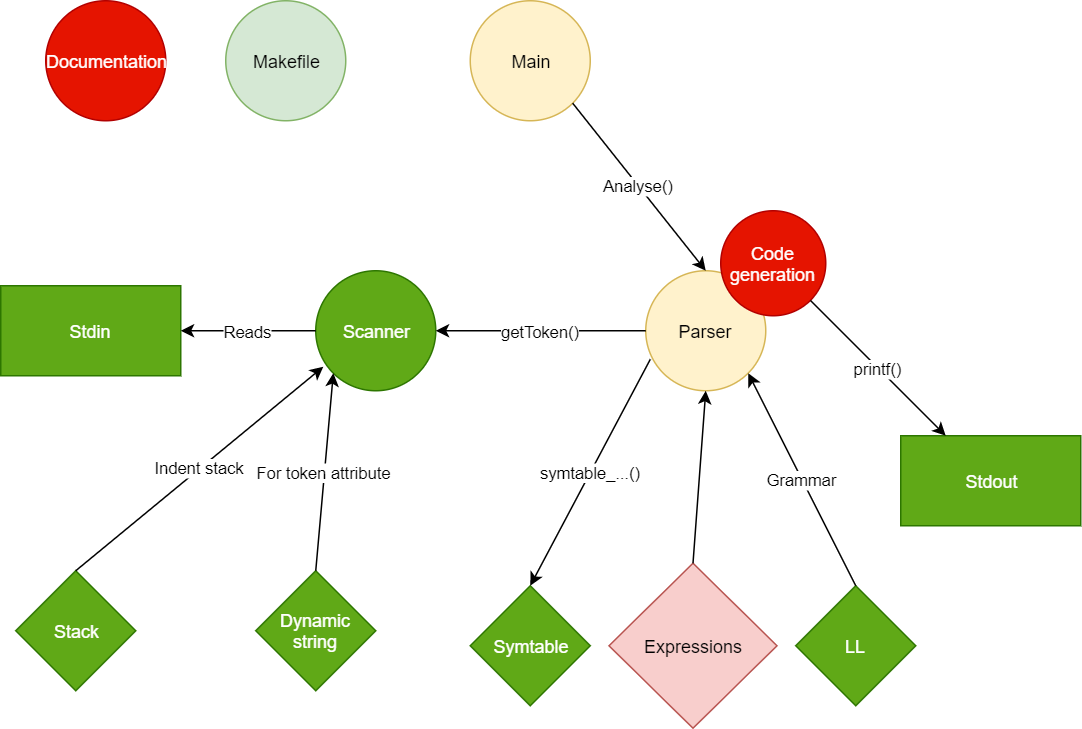
The draw.io diagram Map.PNG in Jetlebovec/IFJ_2019_JJJJ, before a commit. Source tidied: cells renumbered, new cells last; positions are measured from the earlier drawing's top-left corner, leaving out a move shared by most shapes.
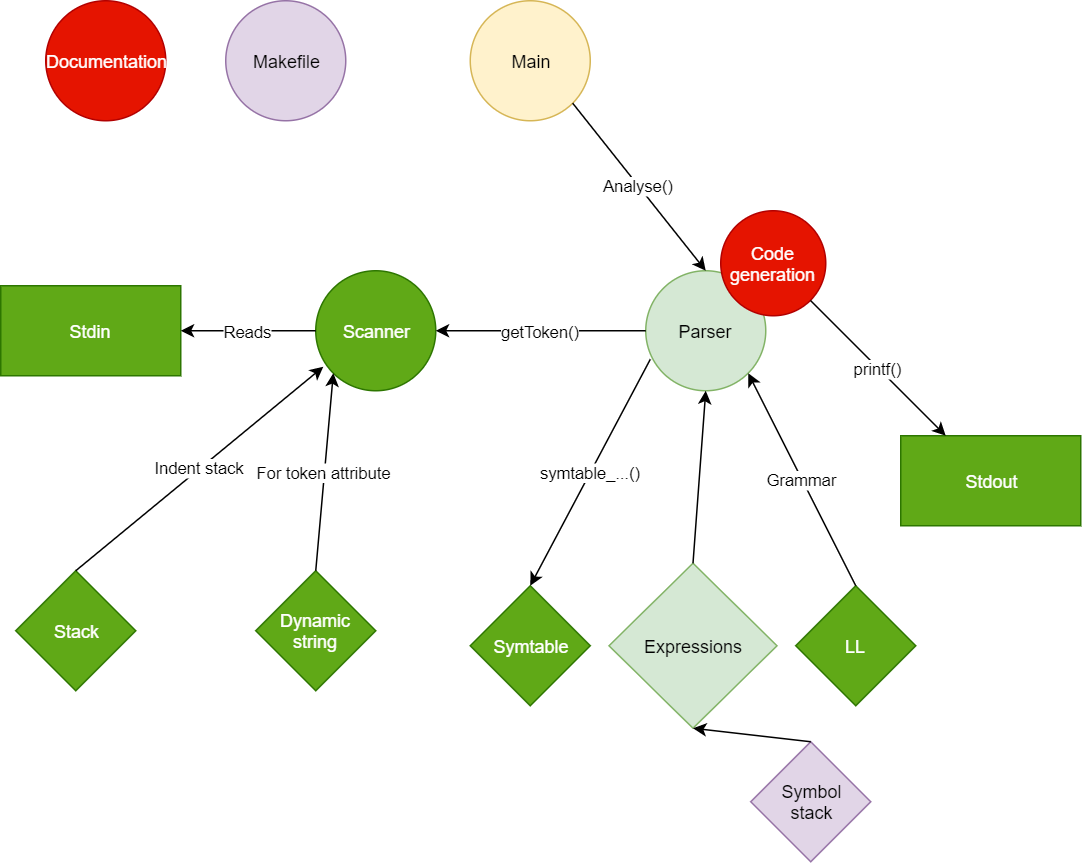
The same diagram one commit later.

What changed in the source:
```diff
@@ -8,7 +8,7 @@
     <mxCell id="3" value="Scanner" style="ellipse;whiteSpace=wrap;html=1;fillColor=#60a917;strokeColor=#2D7600;fontColor=#ffffff;" parent="1" vertex="1">
       <mxGeometry x="210" y="180" width="80" height="80" as="geometry" />
     </mxCell>
-    <mxCell id="4" value="Parser" style="ellipse;whiteSpace=wrap;html=1;fillColor=#fff2cc;strokeColor=#d6b656;" parent="1" vertex="1">
+    <mxCell id="4" value="Parser" style="ellipse;whiteSpace=wrap;html=1;fillColor=#d5e8d4;strokeColor=#82b366;" parent="1" vertex="1">
       <mxGeometry x="430" y="180" width="80" height="80" as="geometry" />
     </mxCell>
     <mxCell id="5" value="Stdin" style="rounded=0;whiteSpace=wrap;html=1;fillColor=#60a917;strokeColor=#2D7600;fontColor=#ffffff;" parent="1" vertex="1">
@@ -38,10 +38,10 @@
     <mxCell id="13" value="Indent stack&lt;br&gt;" style="endArrow=classic;html=1;entryX=0.063;entryY=0.8;entryDx=0;entryDy=0;entryPerimeter=0;exitX=0.5;exitY=0;exitDx=0;exitDy=0;" parent="1" edge="1" source="12" target="3">
       <mxGeometry relative="1" as="geometry" />
     </mxCell>
-    <mxCell id="14" value="Makefile" style="ellipse;whiteSpace=wrap;html=1;fillColor=#d5e8d4;strokeColor=#82b366;" parent="1" vertex="1">
+    <mxCell id="14" value="Makefile" style="ellipse;whiteSpace=wrap;html=1;fillColor=#e1d5e7;strokeColor=#9673a6;" parent="1" vertex="1">
       <mxGeometry x="150" width="80" height="80" as="geometry" />
     </mxCell>
-    <mxCell id="15" value="Expressions" style="rhombus;whiteSpace=wrap;html=1;fillColor=#f8cecc;strokeColor=#b85450;" parent="1" vertex="1">
+    <mxCell id="15" value="Expressions" style="rhombus;whiteSpace=wrap;html=1;fillColor=#d5e8d4;strokeColor=#82b366;" parent="1" vertex="1">
       <mxGeometry x="405.5" y="375" width="112" height="110" as="geometry" />
     </mxCell>
     <mxCell id="16" value="Stdout" style="rounded=0;whiteSpace=wrap;html=1;fillColor=#60a917;strokeColor=#2D7600;fontColor=#ffffff;" parent="1" vertex="1">
@@ -68,5 +68,11 @@
     <mxCell id="23" value="Documentation" style="ellipse;whiteSpace=wrap;html=1;fillColor=#e51400;strokeColor=#B20000;fontColor=#ffffff;" parent="1" vertex="1">
       <mxGeometry x="30" width="80" height="80" as="geometry" />
     </mxCell>
+    <mxCell id="24" value="Symbol&lt;br&gt;stack" style="rhombus;whiteSpace=wrap;html=1;fillColor=#e1d5e7;strokeColor=#9673a6;" parent="1" vertex="1">
+      <mxGeometry x="500" y="494" width="80" height="80" as="geometry" />
+    </mxCell>
+    <mxCell id="25" style="endArrow=classic;html=1;entryX=0.5;entryY=1;entryDx=0;entryDy=0;exitX=0.5;exitY=0;exitDx=0;exitDy=0;" parent="1" edge="1" source="24" target="15">
+      <mxGeometry relative="1" as="geometry" />
+    </mxCell>
   </root>
 </mxGraphModel>
```
